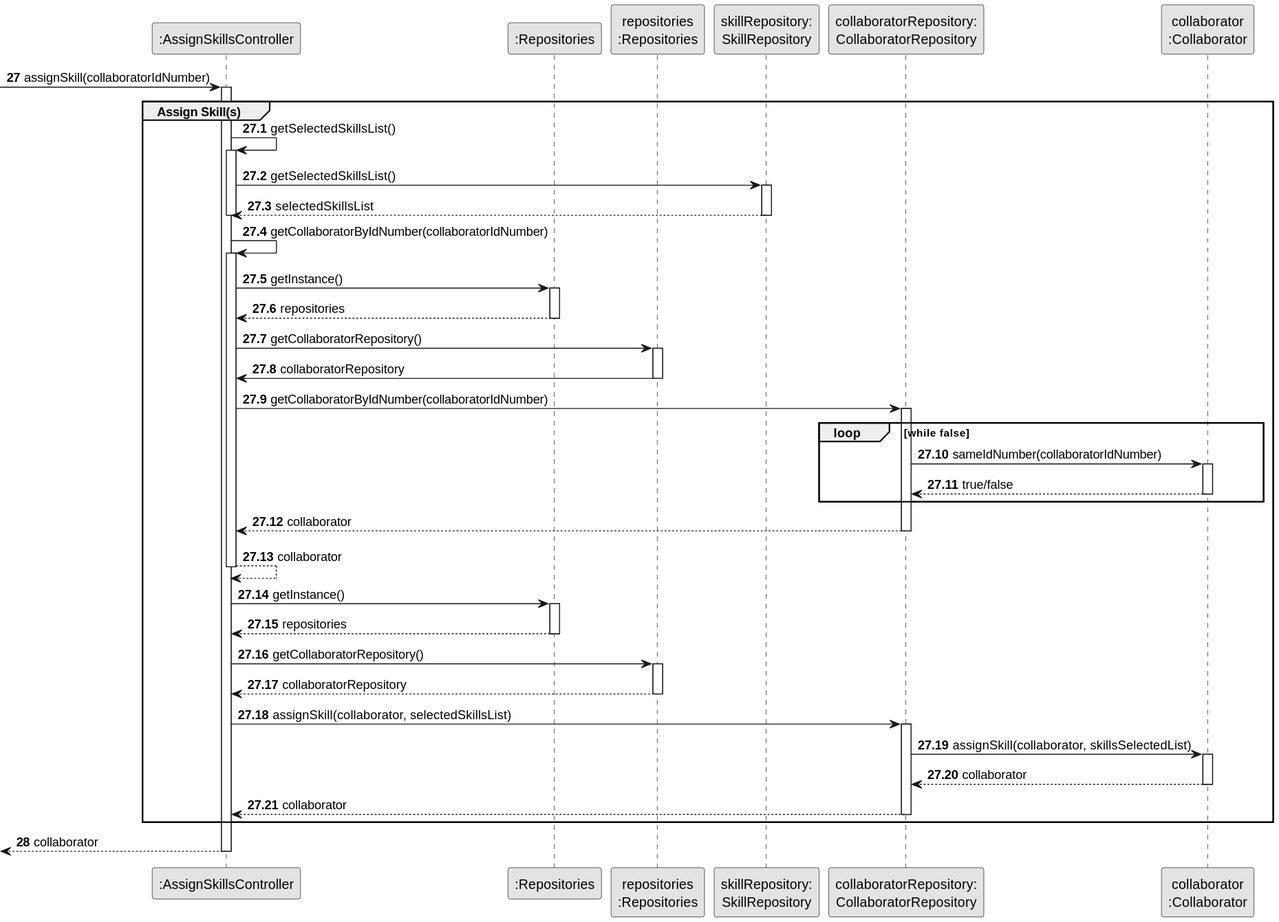
Earlier version of the PlantUML export docs/sprintC/us004/03.design/svg/us004-sequence-diagram-partial-assign-skill.svg (Departamento-de-Engenharia-Informatica/lei-24-s2-1dm-g132).
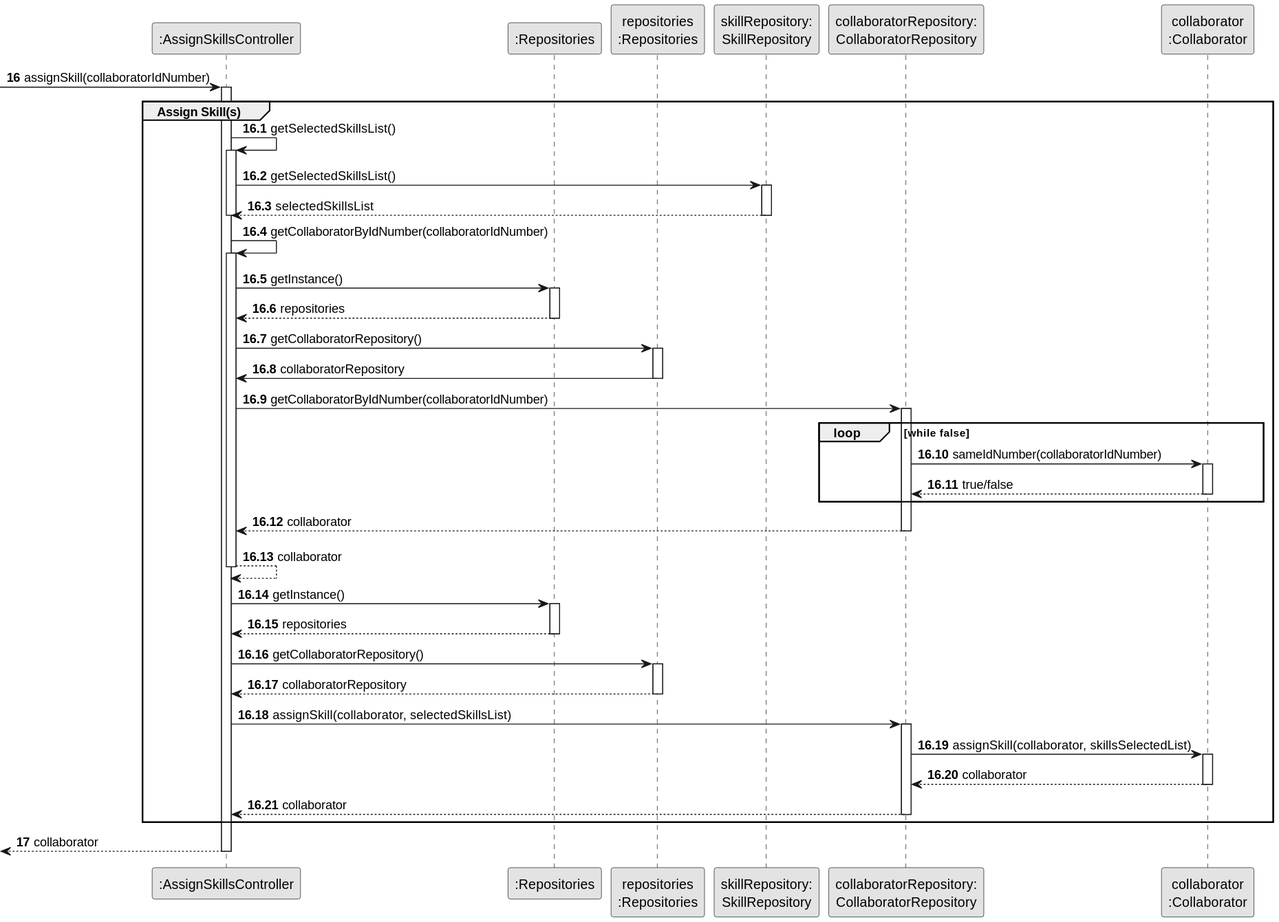
After the change.

Change to the diagram source:
```diff
@@ -10,10 +10,10 @@
 participant "collaboratorRepository:\nCollaboratorRepository" as CollaboratorRepository
 participant "collaborator\n:Collaborator" as Collaborator
 
-autonumber 27
+autonumber 16
 -> CTRL : assignSkill(collaboratorIdNumber)
 
-autonumber 27.1
+autonumber 16.1
 
 activate CTRL
     group Assign Skill(s)
@@ -88,7 +88,7 @@
 
     end group
 
-    autonumber 28
+    autonumber 17
     <-- CTRL : collaborator
 
 deactivate CTRL
```
